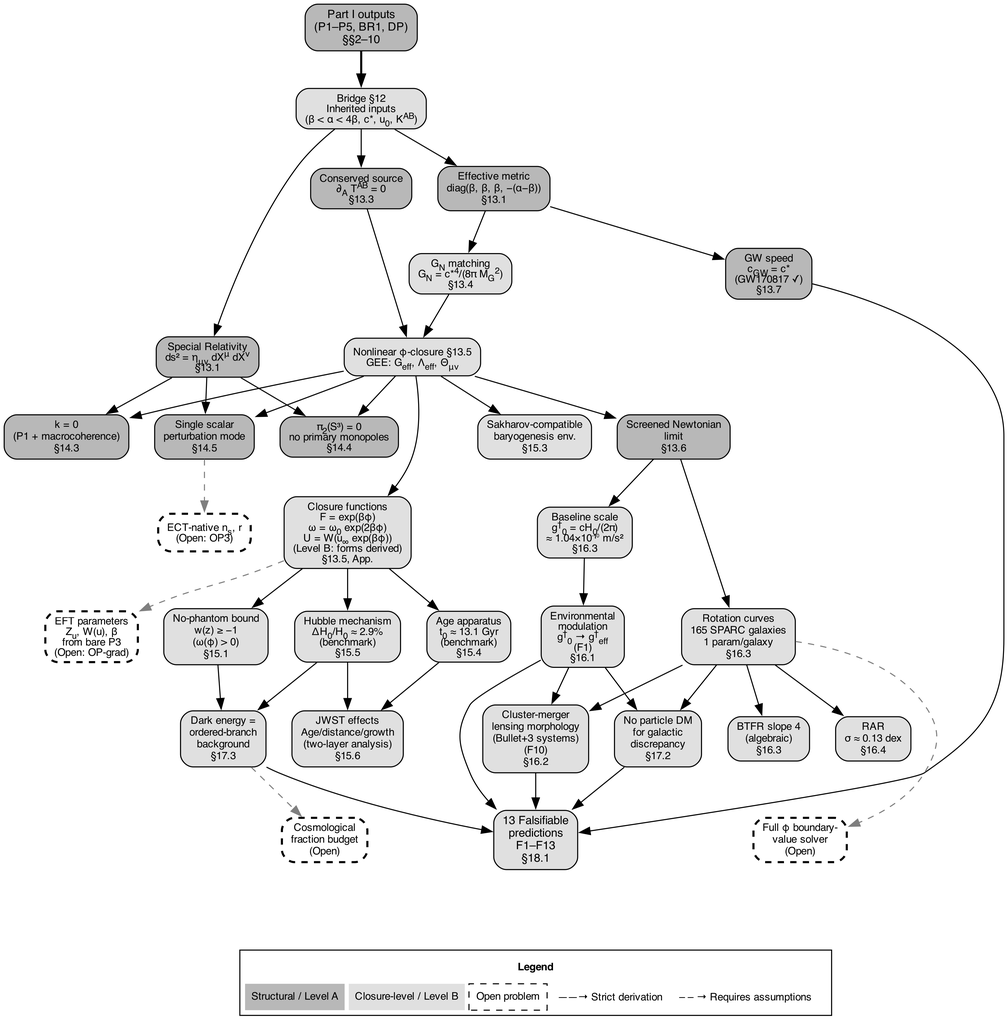
This is figures/fig_partII_derivation_logic.png from chufelo/ECT-preprint-code, a Graphviz export, as it was before one commit. Its source is kept beside it as fig_partII_derivation_logic.gv.
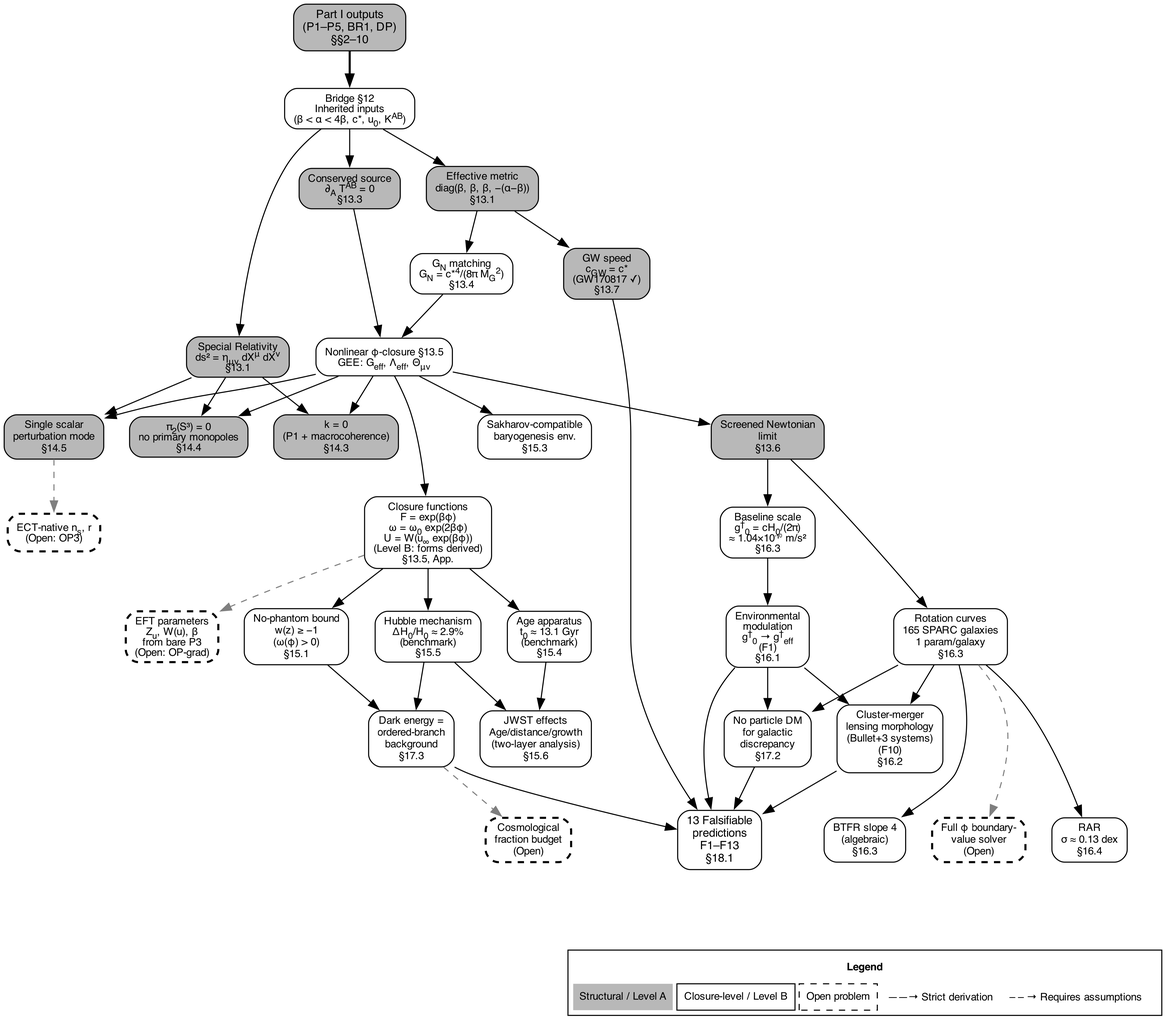
Later version of the same file.

Commit message:
Both figures: Level B fill → white, legend centered

Change to the diagram source:
```diff
@@ -7,6 +7,7 @@
   nodesep=0.35;
   ranksep=0.50;
   newrank=true;
+  labeljust=c;
 
   node [fillcolor="#b8b8b8"];
   partI [label=<Part I outputs<BR/>(P1–P5, BR1, DP)<BR/>§§2–10>, fontsize=11];
@@ -19,7 +20,7 @@
   monopole [label=<π<SUB>2</SUB>(S³) = 0<BR/>no primary monopoles<BR/>§14.4>];
   scalar_mode [label=<Single scalar<BR/>perturbation mode<BR/>§14.5>];
 
-  node [fillcolor="#e0e0e0"];
+  node [fillcolor="#ffffff"];
   bridge [label=<Bridge §12<BR/>Inherited inputs<BR/>(β &lt; α &lt; 4β, c*, u<SUB>0</SUB>, K<SUP>AB</SUP>)>];
   GN [label=<G<SUB>N</SUB> matching<BR/>G<SUB>N</SUB> = c*<SUP>4</SUP>/(8π M<SUB>G</SUB><SUP>2</SUP>)<BR/>§13.4>];
   closure [label=<Nonlinear φ-closure §13.5<BR/>GEE: G<SUB>eff</SUB>, Λ<SUB>eff</SUB>, Θ<SUB>μν</SUB>>];
@@ -76,6 +77,8 @@
   tests -> spacer1 [style=invis];
   open_fractions -> spacer1 [style=invis];
   open_phi_bvp -> spacer1 [style=invis];
+  btfr -> spacer1 [style=invis];
+  rar -> spacer1 [style=invis];
 
   node [shape=plaintext, style="", fillcolor=white];
   legend [label=<
@@ -83,7 +86,7 @@
       <TR><TD COLSPAN="7"><B>Legend</B></TD></TR>
       <TR>
         <TD BGCOLOR="#b8b8b8">Structural / Level A</TD>
-        <TD BGCOLOR="#e0e0e0">Closure-level / Level B</TD>
+        <TD BGCOLOR="#ffffff" BORDER="1">Closure-level / Level B</TD>
         <TD BORDER="1" STYLE="DASHED">Open problem</TD>
         <TD>——→ Strict derivation</TD>
         <TD>– – → Requires assumptions</TD>
```
